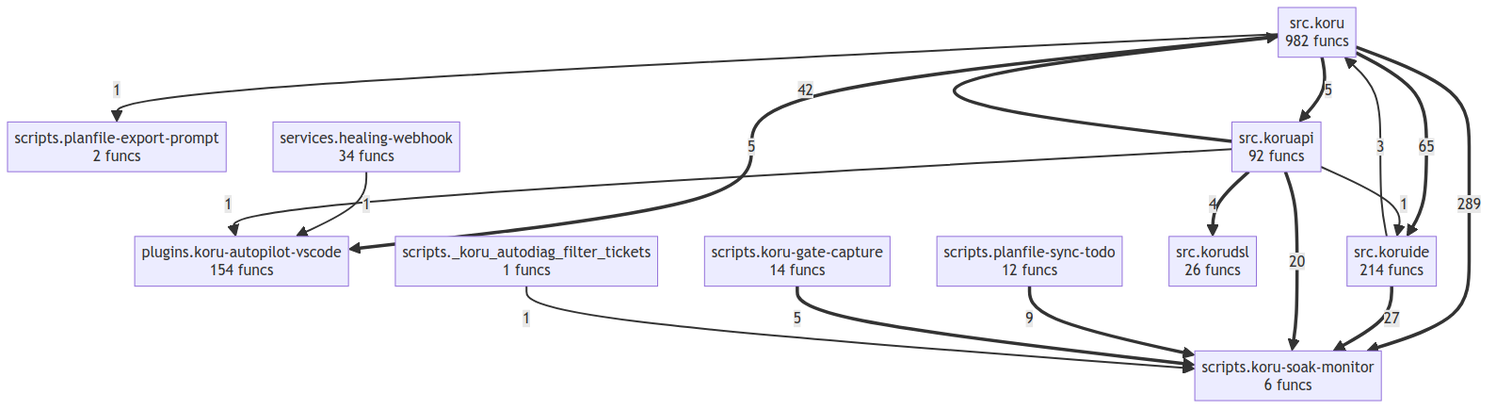
Above: project/compact_flow.png in semcod/koru (Mermaid), before the change. Its source is kept beside it as project/compact_flow.mmd.
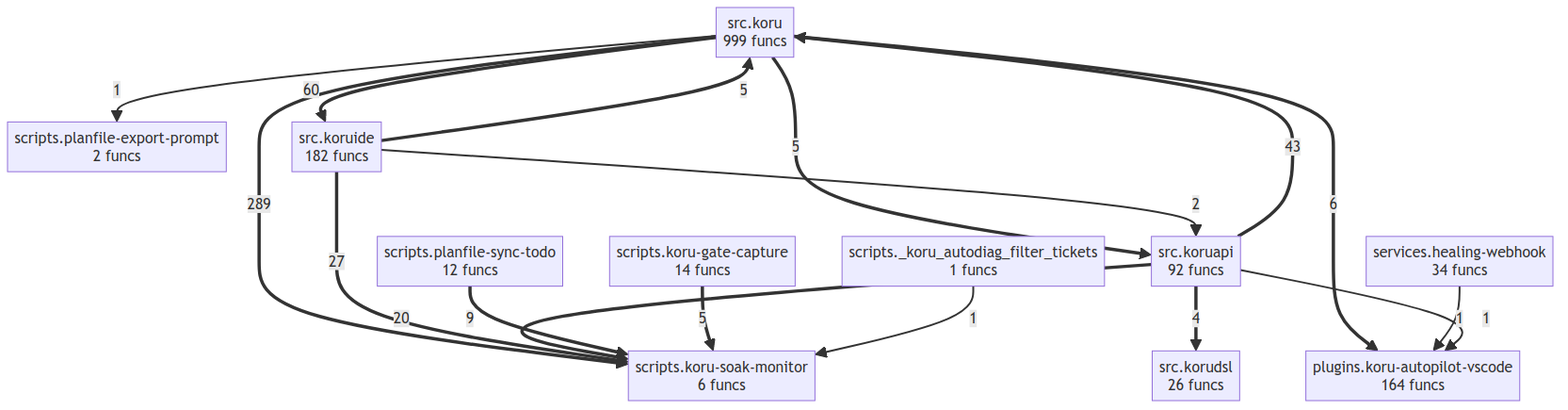
The same file after the commit.

Diff of the diagram source:
```diff
@@ -1,28 +1,28 @@
 flowchart TD
-    plugins__koru_autopilot_vscode["plugins.koru-autopilot-vscode<br/>154 funcs"]
+    plugins__koru_autopilot_vscode["plugins.koru-autopilot-vscode<br/>164 funcs"]
     scripts___koru_autodiag_filter_tickets["scripts._koru_autodiag_filter_tickets<br/>1 funcs"]
     scripts__koru_gate_capture["scripts.koru-gate-capture<br/>14 funcs"]
     scripts__koru_soak_monitor["scripts.koru-soak-monitor<br/>6 funcs"]
     scripts__planfile_export_prompt["scripts.planfile-export-prompt<br/>2 funcs"]
     scripts__planfile_sync_todo["scripts.planfile-sync-todo<br/>12 funcs"]
     services__healing_webhook["services.healing-webhook<br/>34 funcs"]
-    src__koru["src.koru<br/>982 funcs"]
+    src__koru["src.koru<br/>999 funcs"]
     src__koruapi["src.koruapi<br/>92 funcs"]
     src__korudsl["src.korudsl<br/>26 funcs"]
-    src__koruide["src.koruide<br/>214 funcs"]
+    src__koruide["src.koruide<br/>182 funcs"]
     src__koru ==>|289| scripts__koru_soak_monitor
-    src__koru ==>|65| src__koruide
-    src__koruapi ==>|42| src__koru
+    src__koru ==>|60| src__koruide
+    src__koruapi ==>|43| src__koru
     src__koruide ==>|27| scripts__koru_soak_monitor
     src__koruapi ==>|20| scripts__koru_soak_monitor
     scripts__planfile_sync_todo ==>|9| scripts__koru_soak_monitor
-    src__koru ==>|5| plugins__koru_autopilot_vscode
+    src__koru ==>|6| plugins__koru_autopilot_vscode
+    src__koruide ==>|5| src__koru
     src__koru ==>|5| src__koruapi
     scripts__koru_gate_capture ==>|5| scripts__koru_soak_monitor
     src__koruapi ==>|4| src__korudsl
-    src__koruide -->|3| src__koru
+    src__koruide -->|2| src__koruapi
     services__healing_webhook -->|1| plugins__koru_autopilot_vscode
     src__koruapi -->|1| plugins__koru_autopilot_vscode
-    src__koruapi -->|1| src__koruide
     src__koru -->|1| scripts__planfile_export_prompt
     scripts___koru_autodiag_filter_tickets -->|1| scripts__koru_soak_monitor
```
